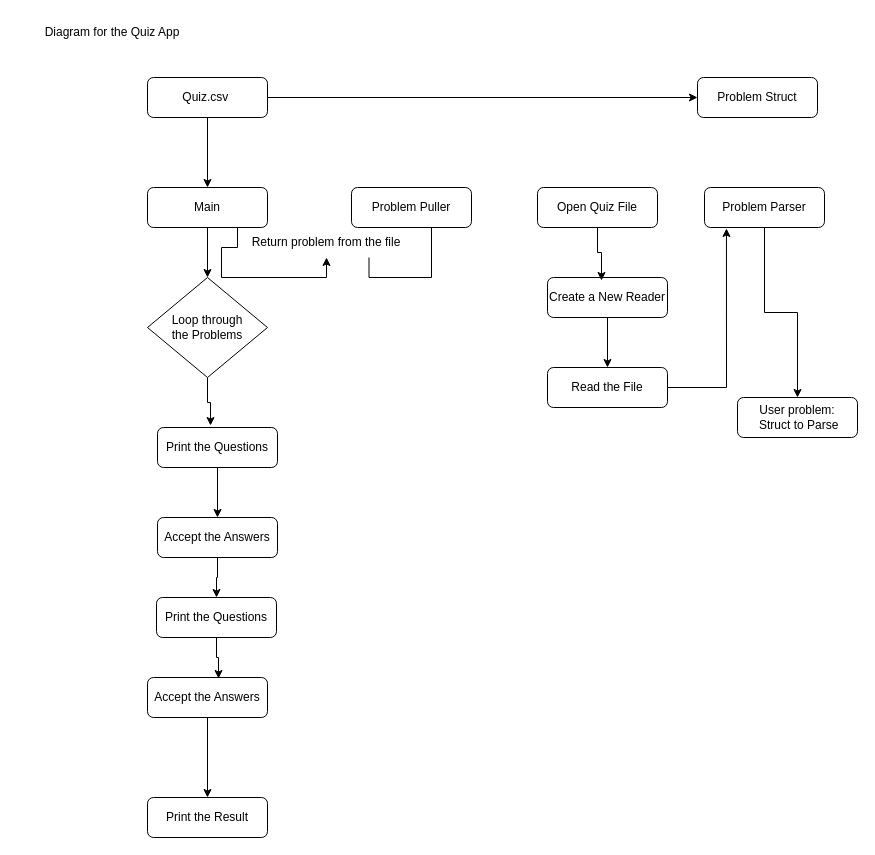
sunday4me/Quiz keeps this draw.io diagram as Untitled Diagram.drawio. Above is the earlier version. Source tidied: cells renumbered, new cells numbered last; positions are measured from the earlier drawing's top-left corner, leaving out a move shared by most shapes. Both pictures are drawn from the tidied source at 100%, with x=0, y=0 at pixel (17, 17).
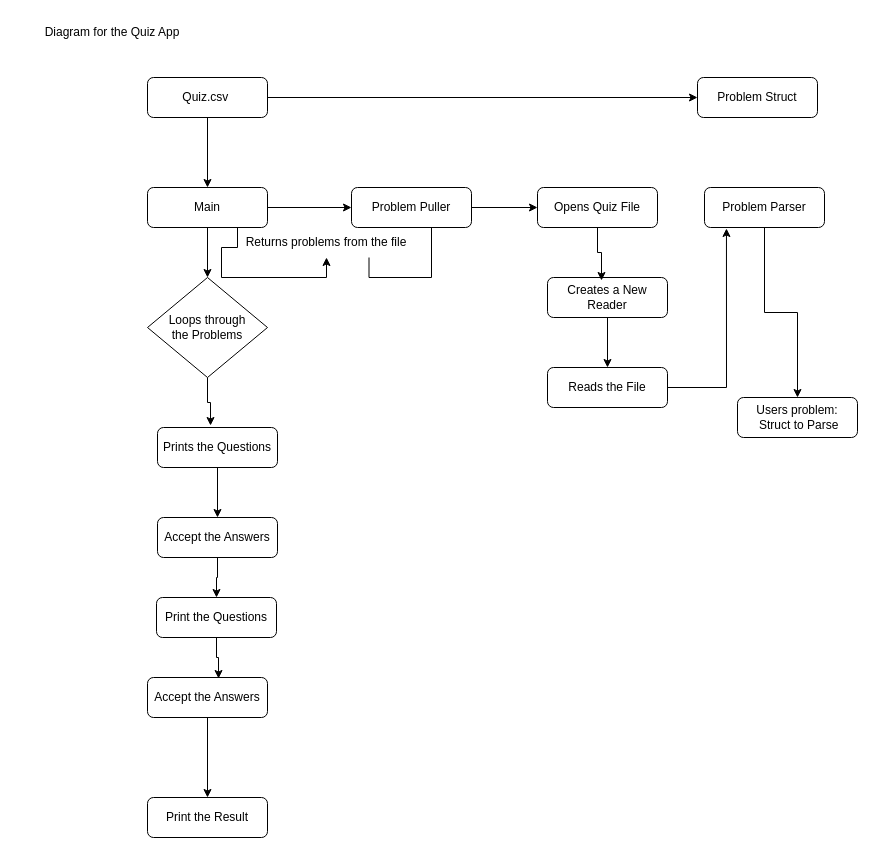
The same page after the edit.

The change refers to these unchanged cells:
```xml
<mxCell id="7" value="Main" style="rounded=1;whiteSpace=wrap;html=1;fontSize=12;glass=0;strokeWidth=1;shadow=0;" parent="1" vertex="1">
  <mxGeometry x="130" y="170" width="120" height="40" as="geometry" />
</mxCell>
<mxCell id="21" value="Problem Puller" style="rounded=1;whiteSpace=wrap;html=1;fontSize=12;glass=0;strokeWidth=1;shadow=0;" parent="1" vertex="1">
  <mxGeometry x="334" y="170" width="120" height="40" as="geometry" />
</mxCell>
```

What changed in the source:
```diff
@@
+    <mxCell id="33" style="edgeStyle=orthogonalEdgeStyle;rounded=0;jettySize=auto;html=1;exitX=1;exitY=0.5;exitDx=0;exitDy=0;entryX=0;entryY=0.5;entryDx=0;entryDy=0;" parent="1" edge="1" source="7" target="21">
+      <mxGeometry relative="1" as="geometry" />
+    </mxCell>
@@
-    <mxCell id="11" value="Print the Questions" style="rounded=1;whiteSpace=wrap;html=1;fontSize=12;glass=0;strokeWidth=1;shadow=0;" parent="1" vertex="1">
+    <mxCell id="11" value="Prints the Questions" style="rounded=1;whiteSpace=wrap;html=1;fontSize=12;glass=0;strokeWidth=1;shadow=0;" parent="1" vertex="1">
       <mxGeometry x="140" y="410" width="120" height="40" as="geometry" />
     </mxCell>
@@
-    <mxCell id="15" value="Loop through &lt;br&gt;the Problems" style="rhombus;whiteSpace=wrap;html=1;" parent="1" vertex="1">
+    <mxCell id="15" value="Loops through &lt;br&gt;the Problems" style="rhombus;whiteSpace=wrap;html=1;" parent="1" vertex="1">
       <mxGeometry x="130" y="260" width="120" height="100" as="geometry" />
     </mxCell>
@@
+    <mxCell id="34" style="edgeStyle=orthogonalEdgeStyle;rounded=0;jettySize=auto;html=1;exitX=1;exitY=0.5;exitDx=0;exitDy=0;entryX=0;entryY=0.5;entryDx=0;entryDy=0;" parent="1" edge="1" source="21" target="22">
+      <mxGeometry relative="1" as="geometry" />
+    </mxCell>
@@
-    <mxCell id="22" value="Open Quiz File" style="rounded=1;whiteSpace=wrap;html=1;fontSize=12;glass=0;strokeWidth=1;shadow=0;" parent="1" vertex="1">
+    <mxCell id="22" value="Opens Quiz File" style="rounded=1;whiteSpace=wrap;html=1;fontSize=12;glass=0;strokeWidth=1;shadow=0;" parent="1" vertex="1">
       <mxGeometry x="520" y="170" width="120" height="40" as="geometry" />
     </mxCell>
@@
-    <mxCell id="26" value="Return problem from the file" style="text;html=1;strokeColor=none;fillColor=none;align=center;verticalAlign=middle;whiteSpace=wrap;rounded=0;" parent="1" vertex="1">
+    <mxCell id="26" value="Returns problems from the file" style="text;html=1;strokeColor=none;fillColor=none;align=center;verticalAlign=middle;whiteSpace=wrap;rounded=0;" parent="1" vertex="1">
       <mxGeometry x="224" y="210" width="170" height="30" as="geometry" />
     </mxCell>
@@
-    <mxCell id="28" value="Create a New Reader" style="rounded=1;whiteSpace=wrap;html=1;fontSize=12;glass=0;strokeWidth=1;shadow=0;" parent="1" vertex="1">
+    <mxCell id="28" value="Creates a New Reader" style="rounded=1;whiteSpace=wrap;html=1;fontSize=12;glass=0;strokeWidth=1;shadow=0;" parent="1" vertex="1">
       <mxGeometry x="530" y="260" width="120" height="40" as="geometry" />
     </mxCell>
-    <mxCell id="29" value="Read the File" style="rounded=1;whiteSpace=wrap;html=1;fontSize=12;glass=0;strokeWidth=1;shadow=0;" parent="1" vertex="1">
+    <mxCell id="29" value="Reads the File" style="rounded=1;whiteSpace=wrap;html=1;fontSize=12;glass=0;strokeWidth=1;shadow=0;" parent="1" vertex="1">
       <mxGeometry x="530" y="350" width="120" height="40" as="geometry" />
     </mxCell>
@@
-    <mxCell id="31" value="User problem:&lt;br&gt;&amp;nbsp;Struct to Parse" style="rounded=1;whiteSpace=wrap;html=1;fontSize=12;glass=0;strokeWidth=1;shadow=0;" parent="1" vertex="1">
+    <mxCell id="31" value="Users problem:&lt;br&gt;&amp;nbsp;Struct to Parse" style="rounded=1;whiteSpace=wrap;html=1;fontSize=12;glass=0;strokeWidth=1;shadow=0;" parent="1" vertex="1">
       <mxGeometry x="720" y="380" width="120" height="40" as="geometry" />
     </mxCell>
```
